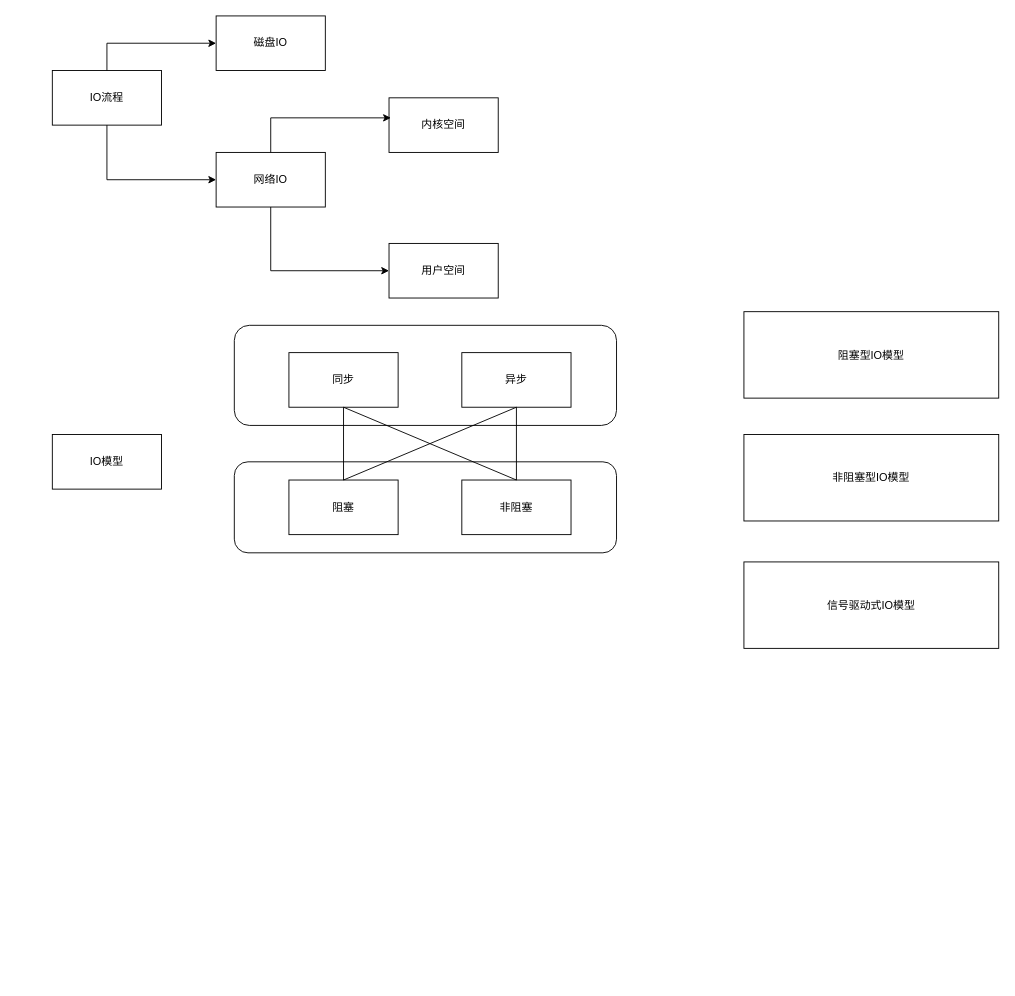
This is nginx.drawio from spinnoza/diagrams, a draw.io file, before an edit. Source tidied: cells renumbered, new cells numbered last; positions are measured from the earlier drawing's top-left corner, leaving out a move shared by most shapes. Both pictures are drawn from the tidied source at 91%, with x=0, y=0 at pixel (52, 15).
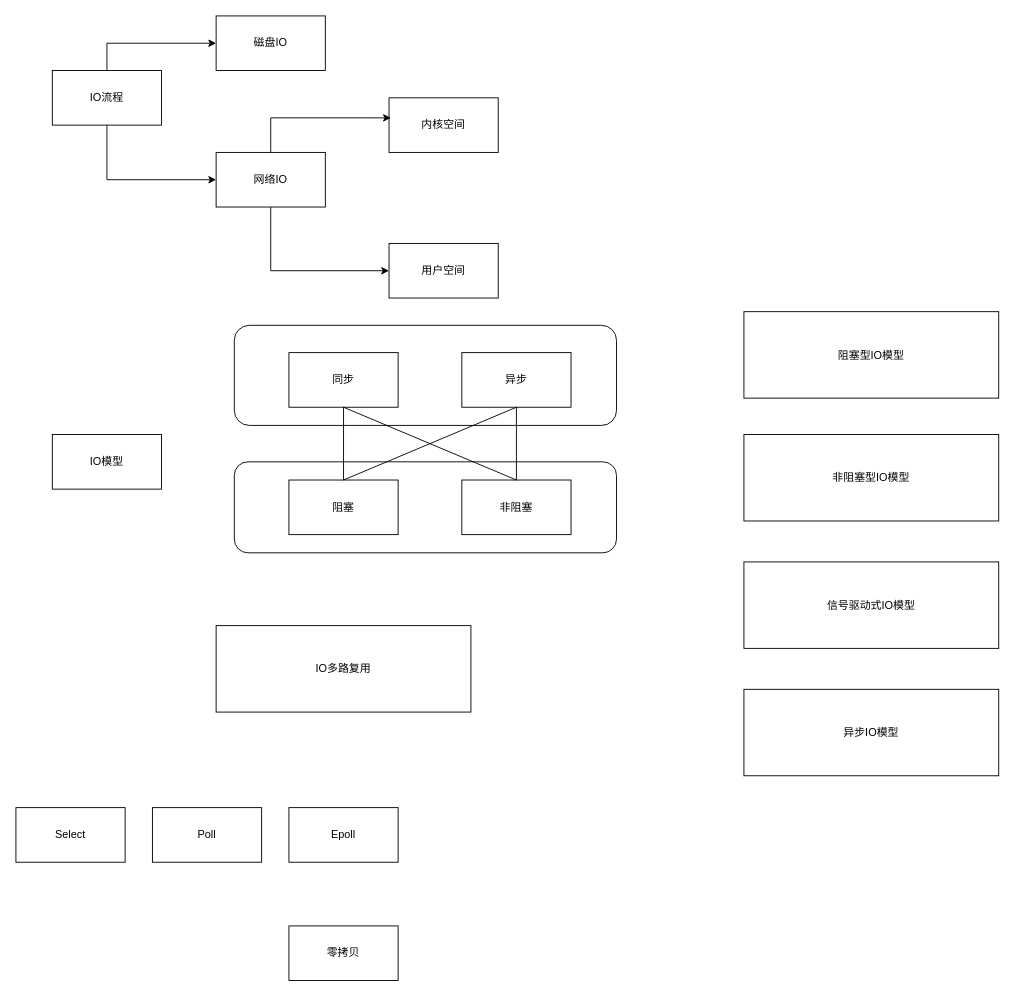
After the change.

What changed in the source:
```diff
@@
+    <mxCell id="47" style="group;" parent="1" vertex="1">
+      <mxGeometry x="760" y="740" width="280" height="95" as="geometry" />
+    </mxCell>
+    <mxCell id="48" style="rounded=0;whiteSpace=wrap;html=1;" parent="47" vertex="1">
+      <mxGeometry width="280" height="95" as="geometry" />
+    </mxCell>
+    <mxCell id="49" value="异步IO模型" style="text;html=1;strokeColor=none;fillColor=none;align=center;verticalAlign=middle;whiteSpace=wrap;rounded=0;" parent="47" vertex="1">
+      <mxGeometry x="85" y="32.5" width="110" height="30" as="geometry" />
+    </mxCell>
+    <mxCell id="50" style="group;" parent="1" vertex="1">
+      <mxGeometry x="180" y="670" width="280" height="95" as="geometry" />
+    </mxCell>
+    <mxCell id="51" style="rounded=0;whiteSpace=wrap;html=1;" parent="50" vertex="1">
+      <mxGeometry width="280" height="95" as="geometry" />
+    </mxCell>
+    <mxCell id="52" value="IO多路复用" style="text;html=1;strokeColor=none;fillColor=none;align=center;verticalAlign=middle;whiteSpace=wrap;rounded=0;" parent="50" vertex="1">
+      <mxGeometry x="85" y="32.5" width="110" height="30" as="geometry" />
+    </mxCell>
+    <mxCell id="53" style="group;" parent="1" vertex="1">
+      <mxGeometry x="-40" y="870" width="120" height="60" as="geometry" />
+    </mxCell>
+    <mxCell id="54" style="rounded=0;whiteSpace=wrap;html=1;" parent="53" vertex="1">
+      <mxGeometry width="120" height="60" as="geometry" />
+    </mxCell>
+    <mxCell id="55" value="Select" style="text;html=1;strokeColor=none;fillColor=none;align=center;verticalAlign=middle;whiteSpace=wrap;rounded=0;" parent="53" vertex="1">
+      <mxGeometry x="30" y="10" width="60" height="40" as="geometry" />
+    </mxCell>
+    <mxCell id="56" style="group;" parent="1" vertex="1">
+      <mxGeometry x="110" y="870" width="120" height="60" as="geometry" />
+    </mxCell>
+    <mxCell id="57" style="rounded=0;whiteSpace=wrap;html=1;" parent="56" vertex="1">
+      <mxGeometry width="120" height="60" as="geometry" />
+    </mxCell>
+    <mxCell id="58" value="Poll" style="text;html=1;strokeColor=none;fillColor=none;align=center;verticalAlign=middle;whiteSpace=wrap;rounded=0;" parent="56" vertex="1">
+      <mxGeometry x="30" y="10" width="60" height="40" as="geometry" />
+    </mxCell>
+    <mxCell id="59" style="group;" parent="1" vertex="1">
+      <mxGeometry x="260" y="870" width="120" height="60" as="geometry" />
+    </mxCell>
+    <mxCell id="60" style="rounded=0;whiteSpace=wrap;html=1;" parent="59" vertex="1">
+      <mxGeometry width="120" height="60" as="geometry" />
+    </mxCell>
+    <mxCell id="61" value="Epoll" style="text;html=1;strokeColor=none;fillColor=none;align=center;verticalAlign=middle;whiteSpace=wrap;rounded=0;" parent="59" vertex="1">
+      <mxGeometry x="30" y="10" width="60" height="40" as="geometry" />
+    </mxCell>
+    <mxCell id="62" style="group;" parent="1" vertex="1">
+      <mxGeometry x="260" y="1000" width="120" height="60" as="geometry" />
+    </mxCell>
+    <mxCell id="63" style="rounded=0;whiteSpace=wrap;html=1;" parent="62" vertex="1">
+      <mxGeometry width="120" height="60" as="geometry" />
+    </mxCell>
+    <mxCell id="64" value="零拷贝" style="text;html=1;strokeColor=none;fillColor=none;align=center;verticalAlign=middle;whiteSpace=wrap;rounded=0;" parent="62" vertex="1">
+      <mxGeometry x="30" y="10" width="60" height="40" as="geometry" />
+    </mxCell>
```
